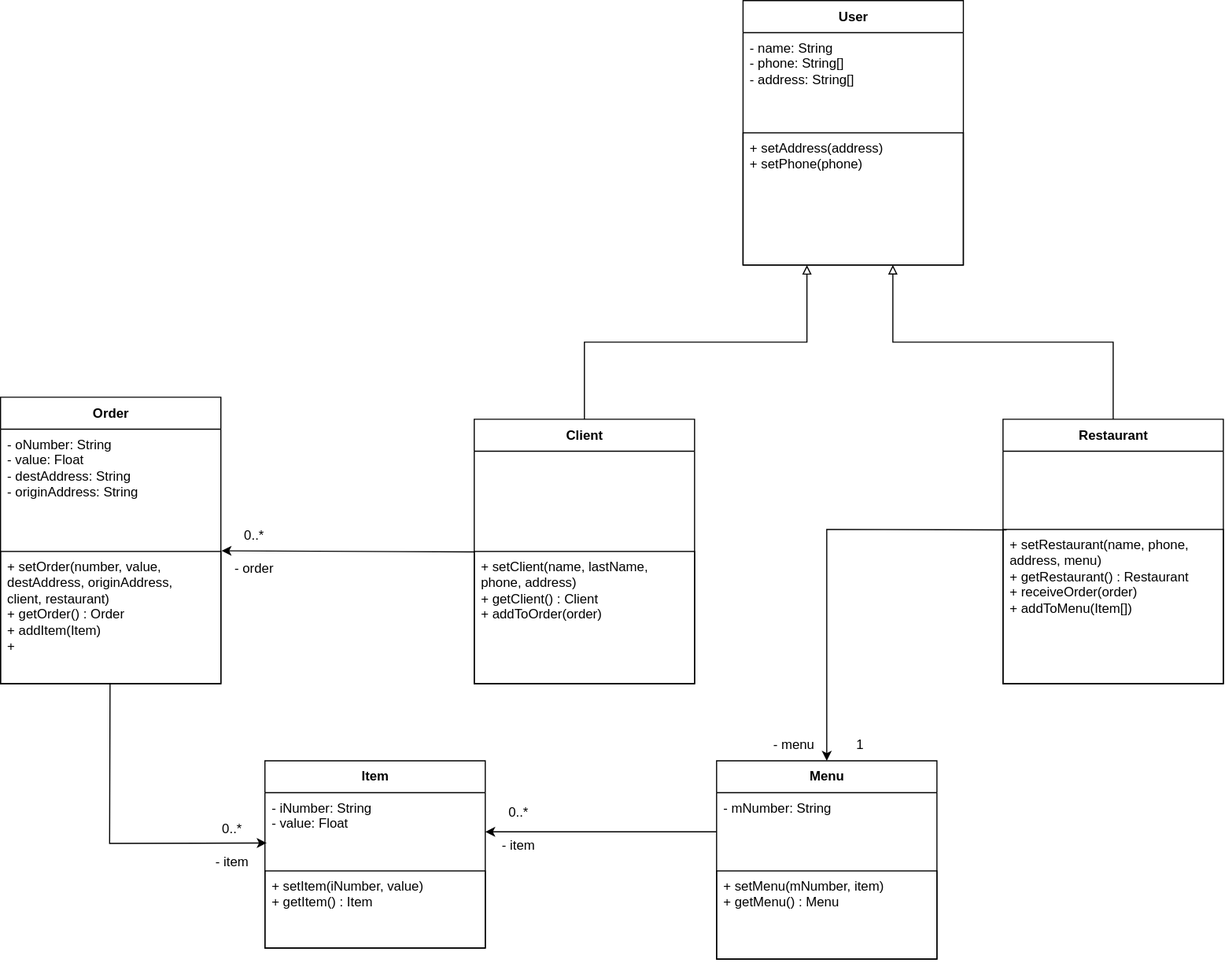
jpxx-arts/Eng-de-Software-UFRN keeps this draw.io diagram as diagrams/diagrama_de_classes.drawio.svg. Above is the earlier version. Source tidied: cells renumbered, new cells last; positions are measured from the earlier drawing's top-left corner, leaving out a move shared by most shapes.
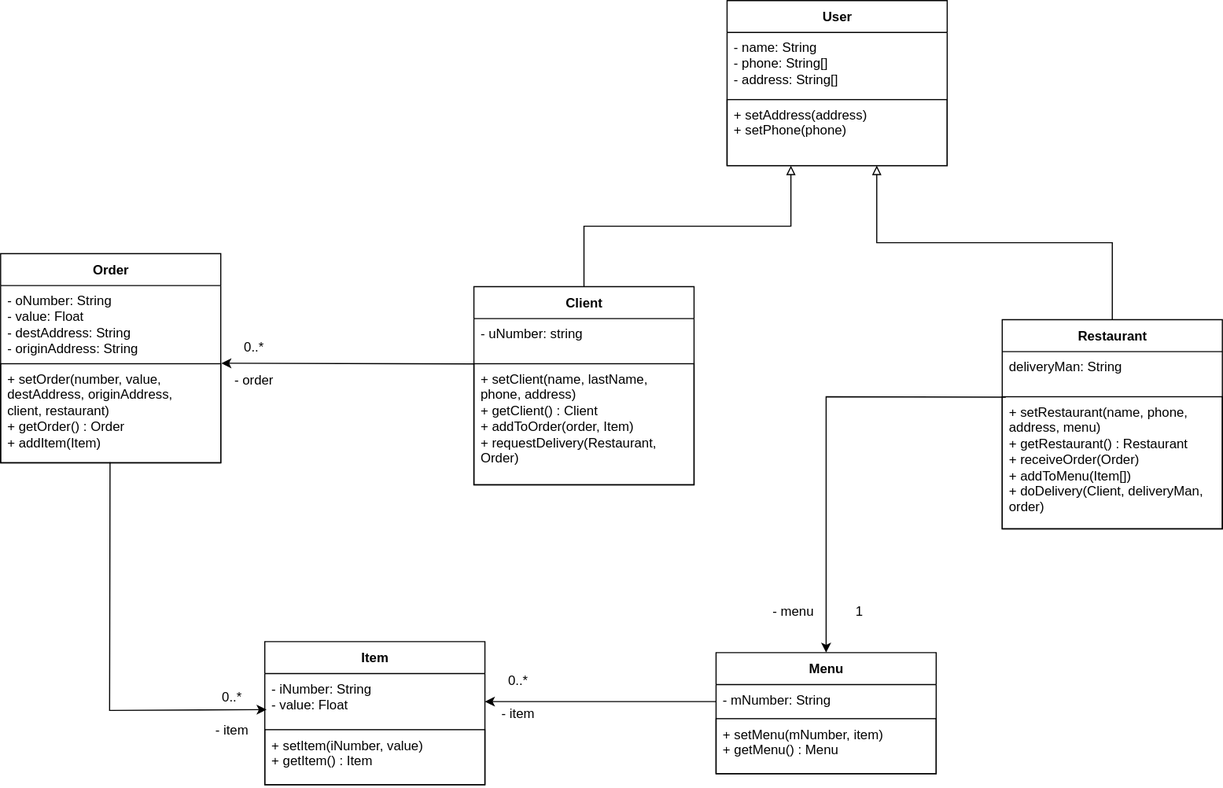
After the commit.

Commit message:
Updates diagrama_de_classes

Diff of the diagram source:
```diff
@@ -3,58 +3,58 @@
     <mxCell id="0" />
     <mxCell id="1" parent="0" />
     <mxCell id="2" value="Client" style="swimlane;fontStyle=1;align=center;verticalAlign=middle;horizontal=1;startSize=29;html=1;whiteSpace=wrap;" parent="1" vertex="1">
-      <mxGeometry x="430" y="380" width="200" height="240" as="geometry" />
+      <mxGeometry x="430" y="380" width="200" height="180" as="geometry" />
     </mxCell>
-    <mxCell id="3" value="&amp;nbsp;" style="text;html=1;strokeColor=none;fillColor=none;align=left;verticalAlign=top;spacingLeft=4;spacingRight=4;overflow=hidden;points=[[0,0.5],[1,0.5]];portConstraint=eastwest;whiteSpace=wrap;" parent="2" vertex="1">
-      <mxGeometry y="29" width="200" height="91" as="geometry" />
+    <mxCell id="3" value="- uNumber: string" style="text;html=1;strokeColor=none;fillColor=none;align=left;verticalAlign=top;spacingLeft=4;spacingRight=4;overflow=hidden;points=[[0,0.5],[1,0.5]];portConstraint=eastwest;whiteSpace=wrap;" parent="2" vertex="1">
+      <mxGeometry y="29" width="200" height="41" as="geometry" />
     </mxCell>
-    <mxCell id="4" value="+ setClient(name, lastName, phone, address)&lt;div&gt;+ getClient() : Client&lt;/div&gt;&lt;div&gt;+ addToOrder(order)&lt;/div&gt;" style="text;html=1;strokeColor=default;fillColor=none;align=left;verticalAlign=top;spacingLeft=4;spacingRight=4;overflow=hidden;whiteSpace=wrap;" parent="2" vertex="1">
-      <mxGeometry y="120" width="200" height="120" as="geometry" />
+    <mxCell id="4" value="+ setClient(name, lastName, phone, address)&lt;div&gt;+ getClient() : Client&lt;/div&gt;&lt;div&gt;+ addToOrder(order, Item)&lt;/div&gt;&lt;div&gt;+ requestDelivery(Restaurant, Order)&lt;/div&gt;" style="text;html=1;strokeColor=default;fillColor=none;align=left;verticalAlign=top;spacingLeft=4;spacingRight=4;overflow=hidden;whiteSpace=wrap;" parent="2" vertex="1">
+      <mxGeometry y="70" width="200" height="110" as="geometry" />
     </mxCell>
     <mxCell id="5" value="Restaurant" style="swimlane;fontStyle=1;align=center;verticalAlign=middle;horizontal=1;startSize=29;html=1;whiteSpace=wrap;" parent="1" vertex="1">
-      <mxGeometry x="910" y="380" width="200" height="240" as="geometry" />
+      <mxGeometry x="910" y="410" width="200" height="190" as="geometry" />
     </mxCell>
-    <mxCell id="6" value="&lt;div style=&quot;&quot;&gt;&lt;br&gt;&lt;/div&gt;" style="text;html=1;strokeColor=none;fillColor=none;align=left;verticalAlign=top;spacingLeft=4;spacingRight=4;overflow=hidden;whiteSpace=wrap;" parent="5" vertex="1">
-      <mxGeometry y="29" width="200" height="71" as="geometry" />
+    <mxCell id="6" value="&lt;div style=&quot;&quot;&gt;deliveryMan: String&lt;/div&gt;" style="text;html=1;strokeColor=none;fillColor=none;align=left;verticalAlign=top;spacingLeft=4;spacingRight=4;overflow=hidden;whiteSpace=wrap;" parent="5" vertex="1">
+      <mxGeometry y="29" width="200" height="41" as="geometry" />
     </mxCell>
-    <mxCell id="7" value="+ setRestaurant(name, phone, address, menu)&lt;div&gt;+ getRestaurant() : Restaurant&lt;/div&gt;&lt;div&gt;+ receiveOrder(order)&lt;/div&gt;&lt;div&gt;+ addToMenu(Item[])&lt;/div&gt;" style="text;html=1;strokeColor=default;fillColor=none;align=left;verticalAlign=top;spacingLeft=4;spacingRight=4;overflow=hidden;points=[[0,0.5],[1,0.5]];portConstraint=eastwest;whiteSpace=wrap;" parent="5" vertex="1">
-      <mxGeometry y="100" width="200" height="140" as="geometry" />
+    <mxCell id="7" value="+ setRestaurant(name, phone, address, menu)&lt;div&gt;+ getRestaurant() : Restaurant&lt;/div&gt;&lt;div&gt;+ receiveOrder(Order)&lt;/div&gt;&lt;div&gt;+ addToMenu(Item[])&lt;/div&gt;&lt;div&gt;+ doDelivery(Client,&amp;nbsp;&lt;span style=&quot;background-color: transparent; color: light-dark(rgb(0, 0, 0), rgb(255, 255, 255));&quot;&gt;deliveryMan, order)&lt;/span&gt;&lt;/div&gt;" style="text;html=1;strokeColor=default;fillColor=none;align=left;verticalAlign=top;spacingLeft=4;spacingRight=4;overflow=hidden;points=[[0,0.5],[1,0.5]];portConstraint=eastwest;whiteSpace=wrap;" parent="5" vertex="1">
+      <mxGeometry y="70" width="200" height="120" as="geometry" />
     </mxCell>
     <mxCell id="8" value="Order" style="swimlane;fontStyle=1;align=center;verticalAlign=middle;horizontal=1;startSize=29;html=1;whiteSpace=wrap;" parent="1" vertex="1">
-      <mxGeometry y="360" width="200" height="260" as="geometry" />
+      <mxGeometry y="350" width="200" height="190" as="geometry" />
     </mxCell>
     <mxCell id="9" value="- oNumber: String&lt;div&gt;- value: Float&lt;/div&gt;&lt;div&gt;- destAddress: String&lt;/div&gt;&lt;div&gt;- originAddress: String&lt;/div&gt;" style="text;html=1;strokeColor=none;fillColor=none;align=left;verticalAlign=top;spacingLeft=4;spacingRight=4;overflow=hidden;whiteSpace=wrap;" parent="8" vertex="1">
-      <mxGeometry y="29" width="200" height="111" as="geometry" />
+      <mxGeometry y="29" width="200" height="71" as="geometry" />
     </mxCell>
-    <mxCell id="10" value="+ setOrder(number, value, destAddress,&amp;nbsp;&lt;span style=&quot;background-color: transparent; color: light-dark(rgb(0, 0, 0), rgb(255, 255, 255));&quot;&gt;originAddress,&amp;nbsp;&lt;/span&gt;&lt;div&gt;&lt;span style=&quot;background-color: transparent; color: light-dark(rgb(0, 0, 0), rgb(255, 255, 255));&quot;&gt;client,&amp;nbsp;&lt;/span&gt;&lt;span style=&quot;background-color: transparent; color: light-dark(rgb(0, 0, 0), rgb(255, 255, 255));&quot;&gt;restaurant)&amp;nbsp;&lt;/span&gt;&lt;/div&gt;&lt;div&gt;&lt;div&gt;+ getOrder() : Order&lt;/div&gt;&lt;div&gt;+ addItem(Item)&lt;/div&gt;&lt;/div&gt;&lt;div&gt;+&amp;nbsp;&lt;/div&gt;" style="text;html=1;strokeColor=default;fillColor=none;align=left;verticalAlign=top;spacingLeft=4;spacingRight=4;overflow=hidden;points=[[0,0.5],[1,0.5]];portConstraint=eastwest;whiteSpace=wrap;" parent="8" vertex="1">
-      <mxGeometry y="140" width="200" height="120" as="geometry" />
+    <mxCell id="10" value="+ setOrder(number, value, destAddress,&amp;nbsp;&lt;span style=&quot;background-color: transparent; color: light-dark(rgb(0, 0, 0), rgb(255, 255, 255));&quot;&gt;originAddress,&amp;nbsp;&lt;/span&gt;&lt;div&gt;&lt;span style=&quot;background-color: transparent; color: light-dark(rgb(0, 0, 0), rgb(255, 255, 255));&quot;&gt;client,&amp;nbsp;&lt;/span&gt;&lt;span style=&quot;background-color: transparent; color: light-dark(rgb(0, 0, 0), rgb(255, 255, 255));&quot;&gt;restaurant)&amp;nbsp;&lt;/span&gt;&lt;/div&gt;&lt;div&gt;&lt;div&gt;+ getOrder() : Order&lt;/div&gt;&lt;div&gt;+ addItem(Item)&lt;/div&gt;&lt;/div&gt;" style="text;html=1;strokeColor=default;fillColor=none;align=left;verticalAlign=top;spacingLeft=4;spacingRight=4;overflow=hidden;points=[[0,0.5],[1,0.5]];portConstraint=eastwest;whiteSpace=wrap;" parent="8" vertex="1">
+      <mxGeometry y="100" width="200" height="90" as="geometry" />
     </mxCell>
     <mxCell id="11" value="Menu" style="swimlane;fontStyle=1;align=center;verticalAlign=middle;horizontal=1;startSize=29;html=1;whiteSpace=wrap;" parent="1" vertex="1">
-      <mxGeometry x="650" y="690" width="200" height="180" as="geometry" />
+      <mxGeometry x="650" y="712.5" width="200" height="110" as="geometry" />
     </mxCell>
     <mxCell id="12" value="- mNumber: String&lt;div&gt;&lt;br&gt;&lt;/div&gt;" style="text;html=1;strokeColor=none;fillColor=none;align=left;verticalAlign=top;spacingLeft=4;spacingRight=4;overflow=hidden;points=[[0,0.5],[1,0.5]];portConstraint=eastwest;whiteSpace=wrap;" parent="11" vertex="1">
-      <mxGeometry y="29" width="200" height="71" as="geometry" />
+      <mxGeometry y="29" width="200" height="31" as="geometry" />
     </mxCell>
     <mxCell id="13" value="+ setMenu(mNumber, item)&lt;div&gt;+ getMenu() : Menu&lt;/div&gt;" style="text;html=1;strokeColor=default;fillColor=none;align=left;verticalAlign=top;spacingLeft=4;spacingRight=4;overflow=hidden;whiteSpace=wrap;" parent="11" vertex="1">
-      <mxGeometry y="100" width="200" height="80" as="geometry" />
+      <mxGeometry y="60" width="200" height="50" as="geometry" />
     </mxCell>
     <mxCell id="14" value="Item" style="swimlane;fontStyle=1;align=center;verticalAlign=middle;horizontal=1;startSize=29;html=1;whiteSpace=wrap;" parent="1" vertex="1">
-      <mxGeometry x="240" y="690" width="200" height="170" as="geometry" />
+      <mxGeometry x="240" y="702.5" width="200" height="130" as="geometry" />
     </mxCell>
     <mxCell id="15" value="- iNumber: String&lt;div&gt;- value: Float&lt;/div&gt;" style="text;html=1;strokeColor=none;fillColor=none;align=left;verticalAlign=top;spacingLeft=4;spacingRight=4;overflow=hidden;points=[[0,0.5],[1,0.5]];portConstraint=eastwest;whiteSpace=wrap;" parent="14" vertex="1">
-      <mxGeometry y="29" width="200" height="71" as="geometry" />
+      <mxGeometry y="29" width="200" height="51" as="geometry" />
     </mxCell>
     <mxCell id="16" value="+ setItem(iNumber, value)&lt;div&gt;+ getItem() : Item&lt;/div&gt;" style="text;html=1;strokeColor=default;fillColor=none;align=left;verticalAlign=top;spacingLeft=4;spacingRight=4;overflow=hidden;whiteSpace=wrap;" parent="14" vertex="1">
-      <mxGeometry y="100" width="200" height="70" as="geometry" />
+      <mxGeometry y="80" width="200" height="50" as="geometry" />
     </mxCell>
     <mxCell id="17" value="User" style="swimlane;fontStyle=1;align=center;verticalAlign=middle;horizontal=1;startSize=29;html=1;whiteSpace=wrap;" parent="1" vertex="1">
-      <mxGeometry x="674" width="200" height="240" as="geometry" />
+      <mxGeometry x="660" y="120" width="200" height="150" as="geometry" />
     </mxCell>
     <mxCell id="18" value="- name: String&lt;div&gt;- phone: String[]&lt;/div&gt;&lt;div&gt;- address: String[]&lt;/div&gt;" style="text;html=1;strokeColor=none;fillColor=none;align=left;verticalAlign=top;spacingLeft=4;spacingRight=4;overflow=hidden;whiteSpace=wrap;" parent="17" vertex="1">
-      <mxGeometry y="29" width="200" height="91" as="geometry" />
+      <mxGeometry y="29" width="200" height="61" as="geometry" />
     </mxCell>
     <mxCell id="19" value="&lt;div&gt;&lt;div&gt;+ setAddress(address)&lt;/div&gt;&lt;/div&gt;&lt;div&gt;+ setPhone(phone)&lt;/div&gt;" style="text;html=1;strokeColor=default;fillColor=none;align=left;verticalAlign=top;spacingLeft=4;spacingRight=4;overflow=hidden;points=[[0,0.5],[1,0.5]];portConstraint=eastwest;whiteSpace=wrap;" parent="17" vertex="1">
-      <mxGeometry y="120" width="200" height="120" as="geometry" />
+      <mxGeometry y="90" width="200" height="60" as="geometry" />
     </mxCell>
     <mxCell id="20" style="edgeStyle=orthogonalEdgeStyle;rounded=0;jettySize=auto;html=1;exitX=0.5;exitY=0;exitDx=0;exitDy=0;entryX=0.29;entryY=1.001;entryDx=0;entryDy=0;entryPerimeter=0;endArrow=block;endFill=0;" parent="1" edge="1" source="2" target="19">
       <mxGeometry relative="1" as="geometry" />
@@ -66,10 +66,10 @@
       <mxGeometry relative="1" as="geometry" />
     </mxCell>
     <mxCell id="23" value="- order" style="text;html=1;align=center;verticalAlign=middle;whiteSpace=wrap;rounded=0;" parent="1" vertex="1">
-      <mxGeometry x="200" y="500" width="60" height="30" as="geometry" />
+      <mxGeometry x="200" y="450" width="60" height="30" as="geometry" />
     </mxCell>
     <mxCell id="24" value="0..*" style="text;html=1;align=center;verticalAlign=middle;whiteSpace=wrap;rounded=0;" parent="1" vertex="1">
-      <mxGeometry x="200" y="470" width="60" height="30" as="geometry" />
+      <mxGeometry x="200" y="420" width="60" height="30" as="geometry" />
     </mxCell>
     <mxCell id="25" style="endArrow=classic;html=1;rounded=0;entryX=0.008;entryY=0.643;entryDx=0;entryDy=0;entryPerimeter=0;exitX=0.497;exitY=0.995;exitDx=0;exitDy=0;exitPerimeter=0;" parent="1" edge="1" source="10" target="15">
       <mxGeometry relative="1" as="geometry">
```
